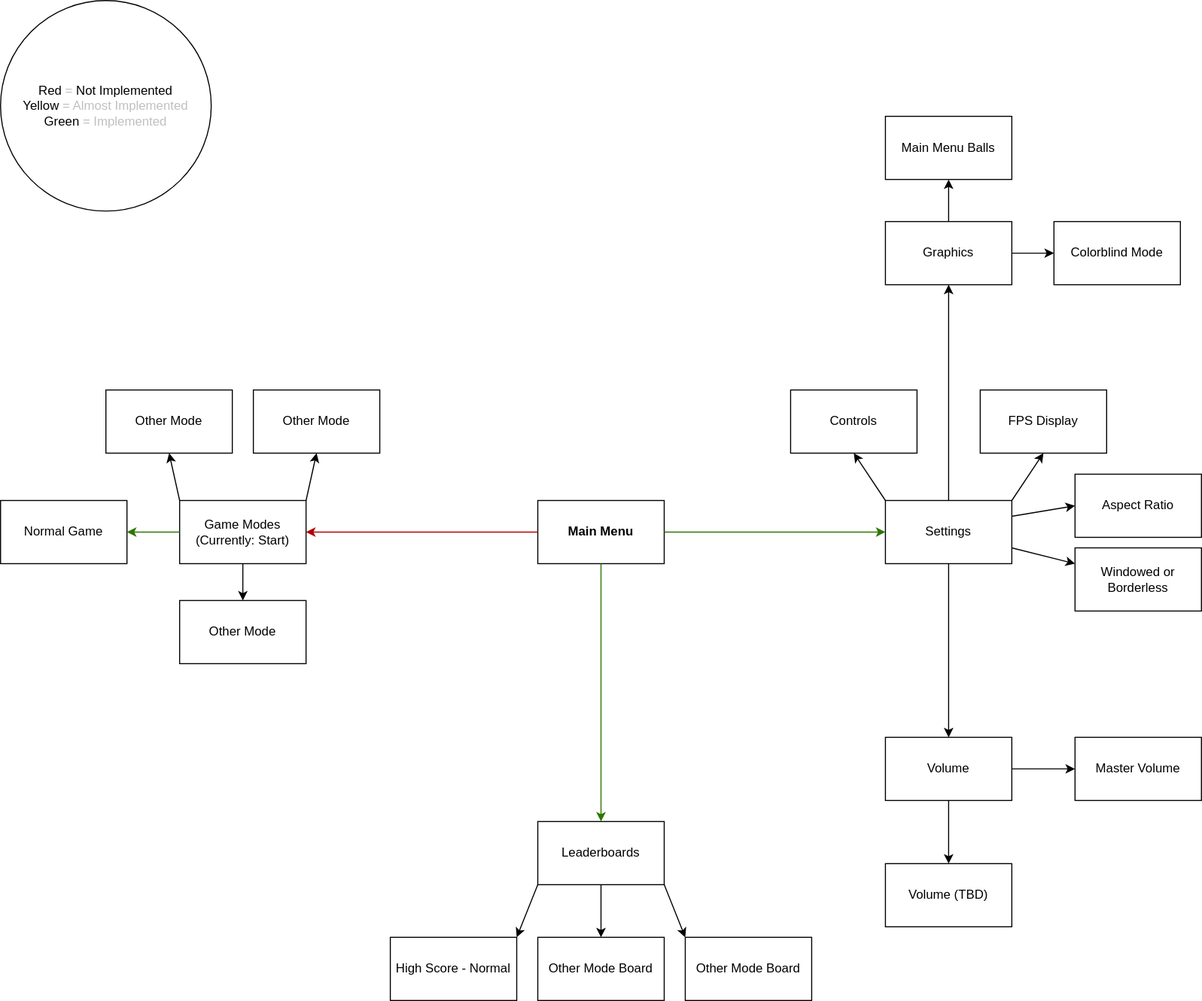
NickyMarson/Orbivore keeps this draw.io diagram as drawing_file.drawio.svg. Above is the earlier version. Source tidied: cells renumbered, new cells last; positions are measured from the earlier drawing's top-left corner, leaving out a move shared by most shapes.
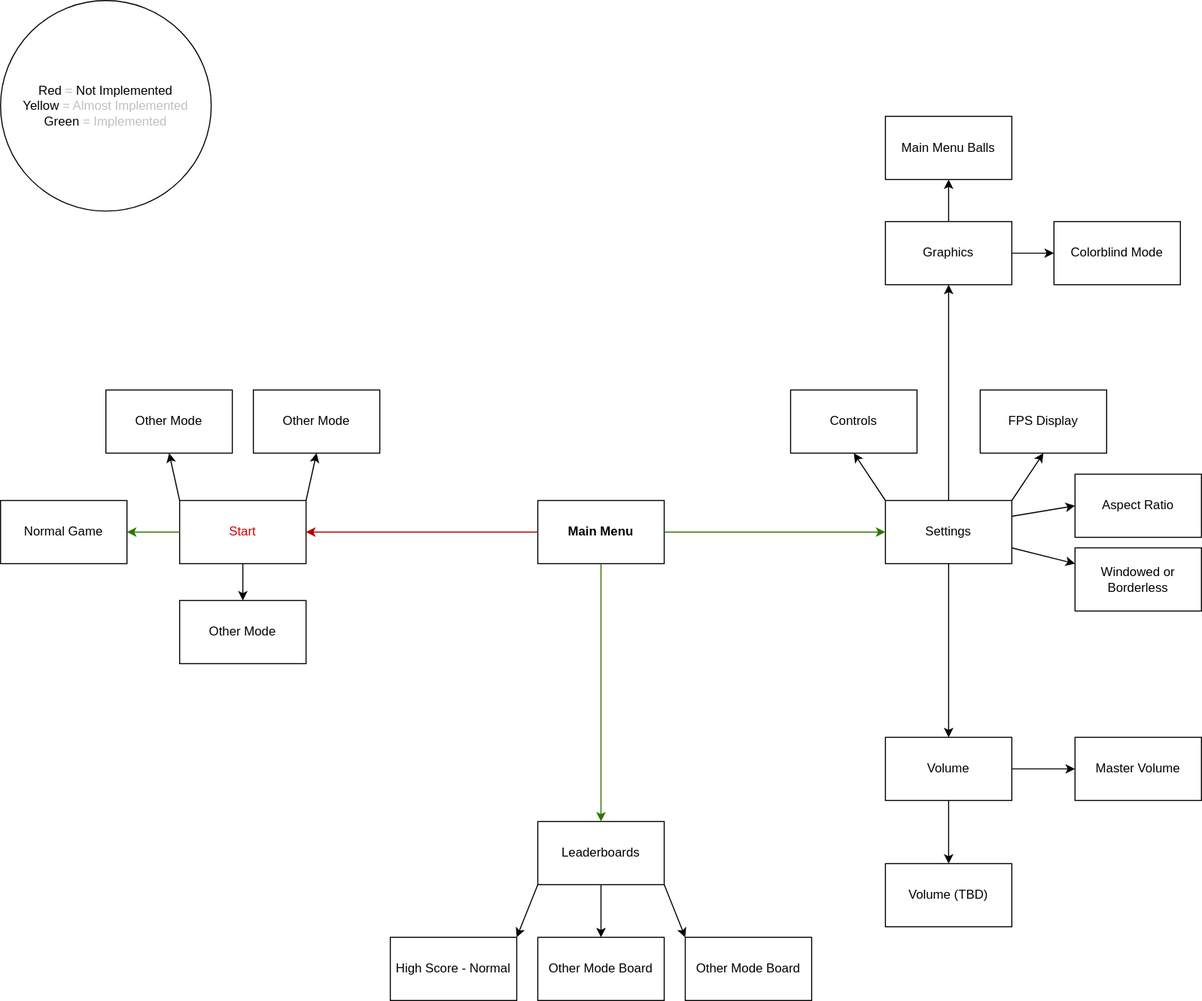
The same diagram one commit later.

The edit, as a diff of the source:
```diff
@@ -5,7 +5,7 @@
     <mxCell id="2" value="&lt;b&gt;&lt;font style=&quot;color: light-dark(rgb(0, 0, 0), rgb(115, 177, 76));&quot;&gt;Main Menu&lt;/font&gt;&lt;/b&gt;" style="rounded=0;whiteSpace=wrap;html=1;" parent="1" vertex="1">
       <mxGeometry x="510" y="475" width="120" height="60" as="geometry" />
     </mxCell>
-    <mxCell id="3" value="&lt;font style=&quot;color: light-dark(rgb(0, 0, 0), rgb(204, 0, 0));&quot;&gt;Game Modes&lt;/font&gt;&lt;div&gt;&lt;font style=&quot;color: light-dark(rgb(0, 0, 0), rgb(115, 177, 76));&quot;&gt;(Currently: Start)&lt;/font&gt;&lt;/div&gt;" style="rounded=0;whiteSpace=wrap;html=1;" parent="1" vertex="1">
+    <mxCell id="3" value="&lt;font style=&quot;color: light-dark(rgb(204, 0, 0), rgb(115, 177, 76));&quot;&gt;Start&lt;/font&gt;" style="rounded=0;whiteSpace=wrap;html=1;" parent="1" vertex="1">
       <mxGeometry x="170" y="475" width="120" height="60" as="geometry" />
     </mxCell>
     <mxCell id="4" value="&lt;font style=&quot;color: light-dark(rgb(0, 0, 0), rgb(115, 177, 76));&quot;&gt;Leaderboards&lt;/font&gt;" style="rounded=0;whiteSpace=wrap;html=1;" parent="1" vertex="1">
@@ -23,7 +23,7 @@
     <mxCell id="8" value="&lt;font style=&quot;color: light-dark(rgb(0, 0, 0), rgb(115, 177, 76));&quot;&gt;Normal Game&lt;/font&gt;" style="rounded=0;whiteSpace=wrap;html=1;" parent="1" vertex="1">
       <mxGeometry y="475" width="120" height="60" as="geometry" />
     </mxCell>
-    <mxCell id="9" style="endArrow=classic;html=1;exitX=0;exitY=0.5;exitDx=0;exitDy=0;entryX=1;entryY=0.5;entryDx=0;entryDy=0;fillColor=#e51400;strokeColor=light-dark(#B20000,#CC0000);" parent="1" edge="1" source="2" target="3">
+    <mxCell id="9" style="endArrow=classic;html=1;exitX=0;exitY=0.5;exitDx=0;exitDy=0;entryX=1;entryY=0.5;entryDx=0;entryDy=0;fillColor=#e51400;strokeColor=light-dark(#B20000,#73B14C);" parent="1" edge="1" source="2" target="3">
       <mxGeometry relative="1" as="geometry" />
     </mxCell>
     <mxCell id="10" style="endArrow=classic;html=1;exitX=0;exitY=0.5;exitDx=0;exitDy=0;entryX=1;entryY=0.5;entryDx=0;entryDy=0;fillColor=#60a917;strokeColor=#2D7600;" parent="1" edge="1" source="3" target="8">
```
